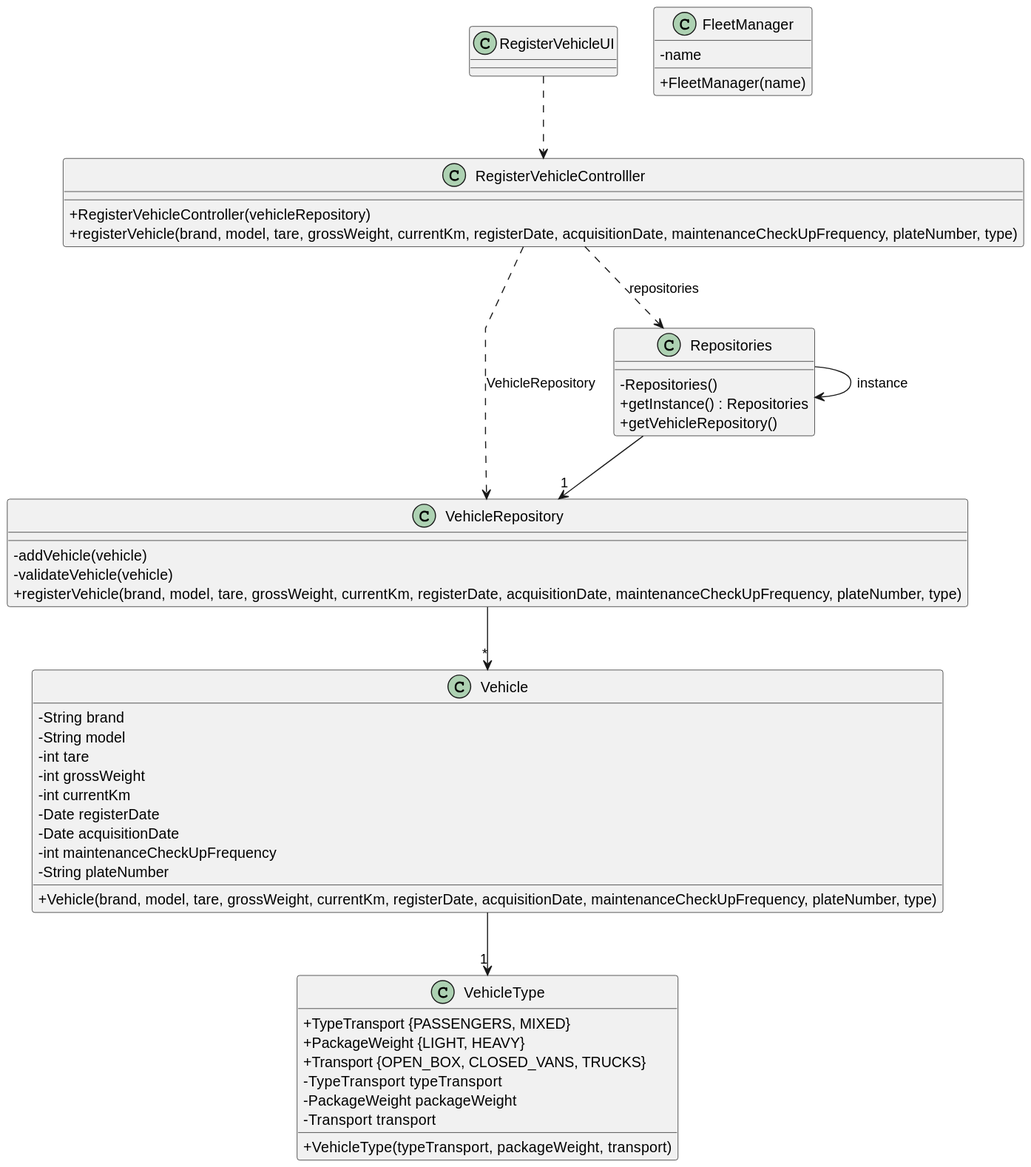
Earlier version of the PlantUML export docs/sprintA&B/us006/03.design/svg/us006-class-diagram.svg (daniel41silva05/ISEP_2023_2024_LAPR2).
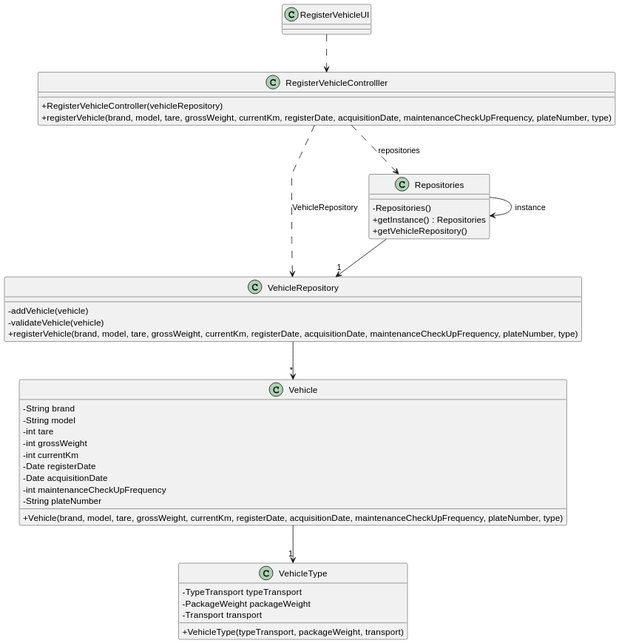
The same diagram one commit later.

Commit message:
ED20 - class correction diagram and java doc

Change to the diagram source:
```diff
@@ -36,18 +36,10 @@
 }
 
 class VehicleType {
-    +TypeTransport {PASSENGERS, MIXED}
-    +PackageWeight {LIGHT, HEAVY}
-    +Transport {OPEN_BOX, CLOSED_VANS, TRUCKS}
     -TypeTransport typeTransport
     -PackageWeight packageWeight
     -Transport transport
     +VehicleType(typeTransport, packageWeight, transport)
-}
-
-class FleetManager {
-    - name
-    + FleetManager(name)
 }
 
 class Repositories {
```
